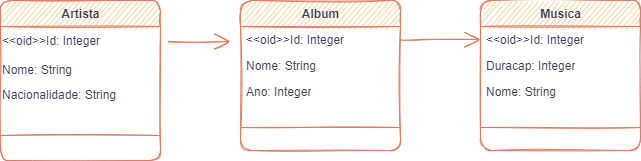
This is Exercicio01.drawio.png from GoisEduardo/CursoModelagemUdemy, a draw.io export, as it was before one commit. Source tidied: cells renumbered, new cells last; positions are measured from the earlier drawing's top-left corner, leaving out a move shared by most shapes.
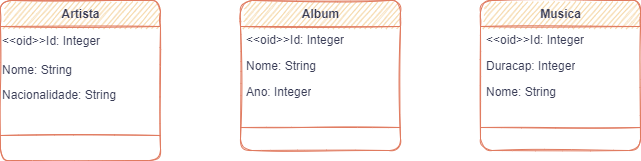
The same file after the commit.

The edit, as a diff of the source:
```diff
@@ -49,13 +49,5 @@
     <mxCell id="16" style="line;strokeWidth=1;fillColor=none;align=left;verticalAlign=middle;spacingTop=-1;spacingLeft=3;spacingRight=3;labelPosition=right;fontFamily=Helvetica;fontSize=12;html=1;rounded=1;sketch=1;labelBackgroundColor=#F4F1DE;strokeColor=#E07A5F;fontColor=#393C56;" parent="12" vertex="1">
       <mxGeometry y="104" width="160" height="46" as="geometry" />
     </mxCell>
-    <mxCell id="17" style="edgeStyle=orthogonalEdgeStyle;curved=1;rounded=0;sketch=1;hachureGap=4;jettySize=auto;html=1;strokeColor=#E07A5F;fontFamily=Architects Daughter;fontSource=https%3A%2F%2Ffonts.googleapis.com%2Fcss%3Ffamily%3DArchitects%2BDaughter;fontSize=16;fontColor=#393C56;endArrow=open;startSize=14;endSize=14;sourcePerimeterSpacing=8;targetPerimeterSpacing=8;fillColor=#F2CC8F;" parent="1" edge="1" source="3">
-      <mxGeometry relative="1" as="geometry">
-        <mxPoint x="230" y="41" as="targetPoint" />
-      </mxGeometry>
-    </mxCell>
-    <mxCell id="18" style="edgeStyle=orthogonalEdgeStyle;curved=1;rounded=0;sketch=1;hachureGap=4;jettySize=auto;html=1;exitX=1;exitY=0.5;exitDx=0;exitDy=0;entryX=0;entryY=0.5;entryDx=0;entryDy=0;strokeColor=#E07A5F;fontFamily=Architects Daughter;fontSource=https%3A%2F%2Ffonts.googleapis.com%2Fcss%3Ffamily%3DArchitects%2BDaughter;fontSize=16;fontColor=#393C56;endArrow=open;startSize=14;endSize=14;sourcePerimeterSpacing=8;targetPerimeterSpacing=8;fillColor=#F2CC8F;" parent="1" edge="1" source="8" target="13">
-      <mxGeometry relative="1" as="geometry" />
-    </mxCell>
   </root>
 </mxGraphModel>
```
